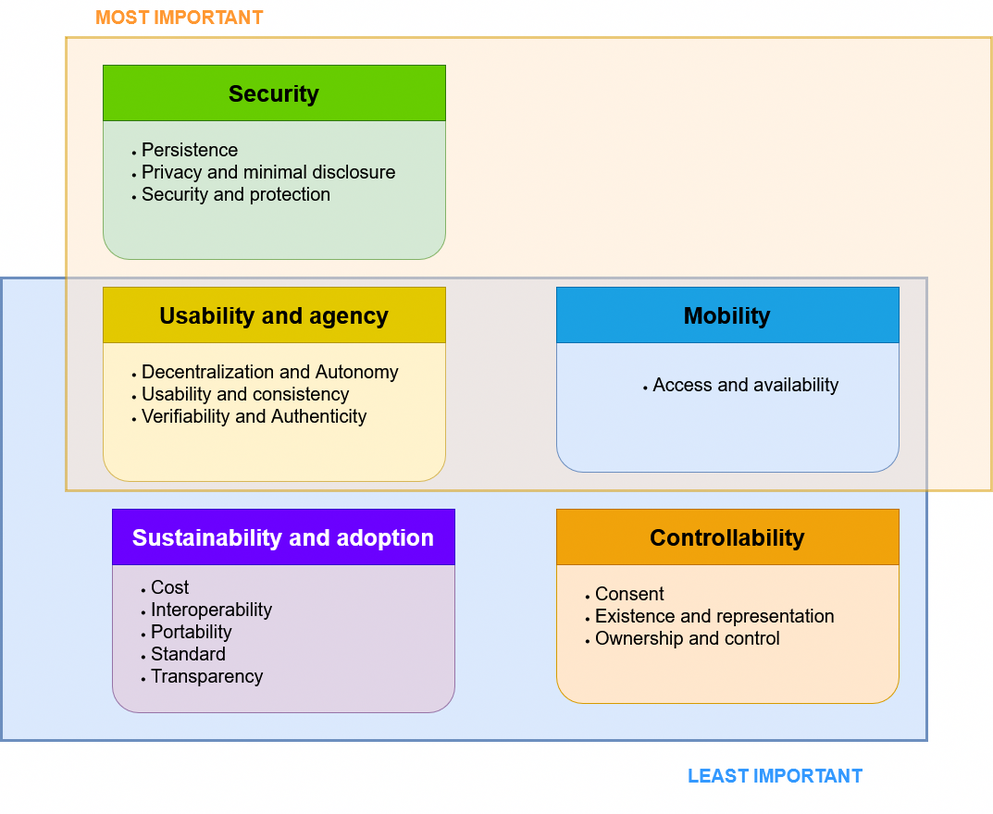
This is definition/images/importance_group/ImportantGroups.png from cristianlepore/Self-Sovereign-Identity, a draw.io export, as it was before one commit. Source tidied: cells renumbered, new cells last; positions are measured from the earlier drawing's top-left corner, leaving out a move shared by most shapes.
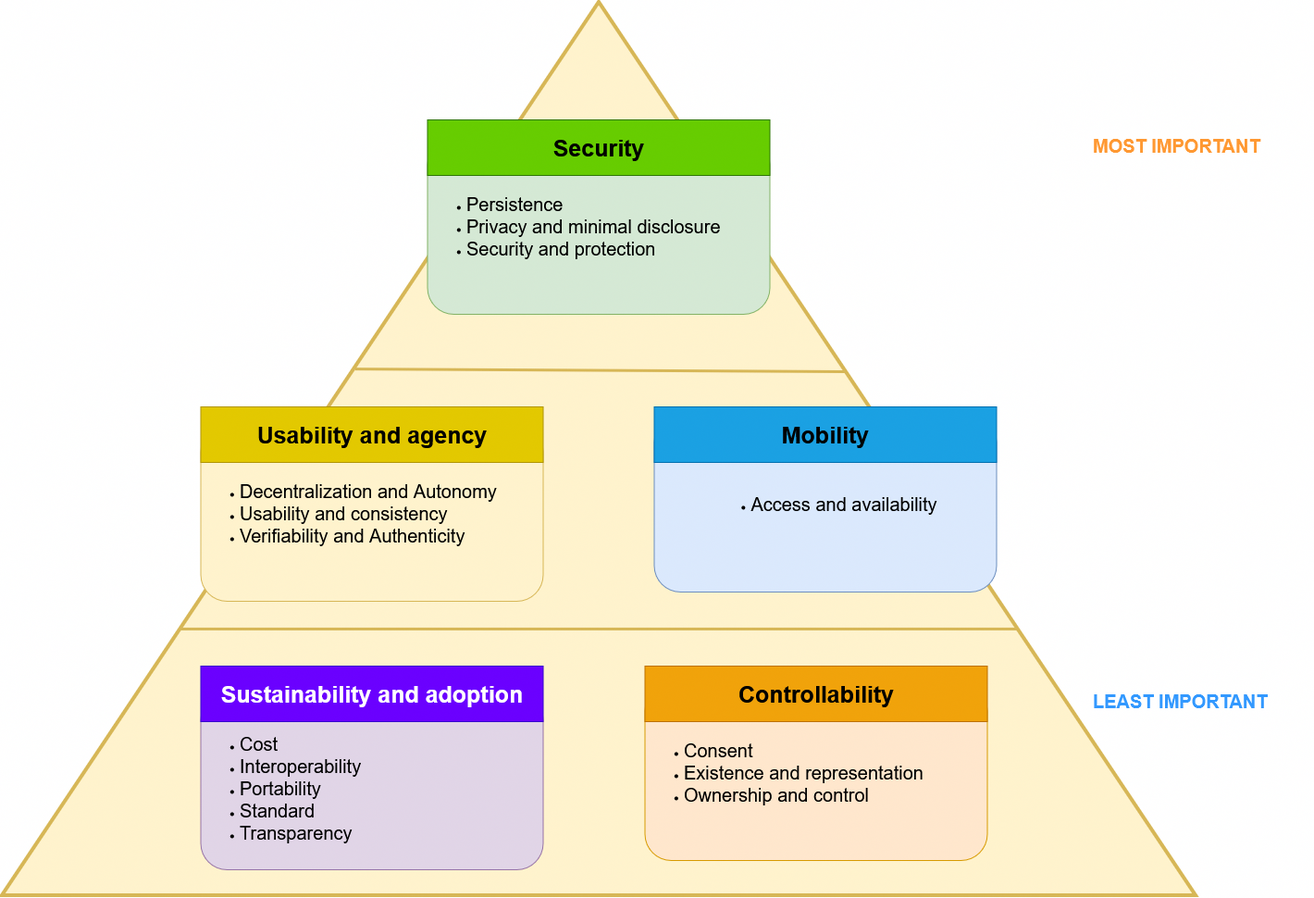
The same file after the commit.

Change to the diagram source:
```diff
@@ -2,47 +2,50 @@
   <root>
     <mxCell id="0" />
     <mxCell id="1" parent="0" />
-    <mxCell id="2" style="rounded=1;whiteSpace=wrap;html=1;arcSize=0;fillColor=#dae8fc;strokeColor=#6c8ebf;strokeWidth=3;" parent="1" vertex="1">
-      <mxGeometry y="300" width="1000" height="500" as="geometry" />
-    </mxCell>
-    <mxCell id="3" style="rounded=1;whiteSpace=wrap;html=1;arcSize=0;fillColor=#ffe6cc;strokeColor=#d79b00;opacity=50;strokeWidth=3;" parent="1" vertex="1">
-      <mxGeometry x="70" y="40" width="1000" height="490" as="geometry" />
-    </mxCell>
+    <mxCell id="16" style="triangle;whiteSpace=wrap;html=1;rotation=-90;fillColor=#fff2cc;strokeColor=#d6b656;strokeWidth=4;" parent="1" vertex="1">
+      <mxGeometry x="-1125" y="-160" width="965" height="1290" as="geometry" />
+    </mxCell>
     <mxCell id="4" value="&lt;div style=&quot;line-height: 200%;&quot; align=&quot;right&quot;&gt;&lt;span style=&quot;color: rgb(255, 153, 51);&quot;&gt;&lt;b&gt;&lt;font style=&quot;font-size: 20px;&quot;&gt;MOST IMPORTANT&lt;/font&gt;&lt;/b&gt;&lt;/span&gt;&lt;br&gt;&lt;/div&gt;" style="text;whiteSpace=wrap;html=1;" parent="1" vertex="1">
-      <mxGeometry x="100" width="240" height="60" as="geometry" />
+      <mxGeometry x="-110" y="140" width="240" height="60" as="geometry" />
     </mxCell>
     <mxCell id="5" value="&lt;div style=&quot;line-height: 200%;&quot; align=&quot;right&quot;&gt;&lt;b&gt;&lt;font style=&quot;font-size: 20px; color: rgb(51, 153, 255);&quot;&gt;LEAST IMPORTANT&lt;/font&gt;&lt;span style=&quot;color: rgba(0, 0, 0, 0);&quot;&gt;&lt;br&gt;&lt;/span&gt;&lt;/b&gt;&lt;/div&gt;" style="text;whiteSpace=wrap;html=1;" parent="1" vertex="1">
-      <mxGeometry x="740" y="820" width="240" height="60" as="geometry" />
+      <mxGeometry x="-110" y="740" width="240" height="60" as="geometry" />
     </mxCell>
-    <mxCell id="6" value="&lt;div align=&quot;left&quot;&gt;&lt;ul&gt;&lt;li&gt;&lt;font style=&quot;font-size: 20px;&quot;&gt;Persistence&lt;/font&gt;&lt;/li&gt;&lt;li&gt;&lt;font style=&quot;font-size: 20px;&quot;&gt;Privacy and minimal disclosure&lt;/font&gt;&lt;/li&gt;&lt;li&gt;&lt;font style=&quot;font-size: 20px;&quot;&gt;Security and protection&lt;/font&gt;&lt;/li&gt;&lt;/ul&gt;&lt;/div&gt;" style="rounded=1;whiteSpace=wrap;html=1;align=left;fillColor=#d5e8d4;strokeColor=#82b366;" parent="1" vertex="1">
-      <mxGeometry x="110" y="90" width="370" height="190" as="geometry" />
-    </mxCell>
-    <mxCell id="7" value="&lt;span style=&quot;color: rgb(0, 0, 0);&quot;&gt;&lt;b&gt;&lt;font style=&quot;font-size: 25px;&quot;&gt;Security&lt;font&gt;&lt;br&gt;&lt;/font&gt;&lt;/font&gt;&lt;/b&gt;&lt;/span&gt;" style="rounded=0;whiteSpace=wrap;html=1;fillColor=#66CC00;strokeColor=#2D7600;fontColor=#ffffff;" parent="1" vertex="1">
-      <mxGeometry x="110" y="70" width="370" height="60" as="geometry" />
-    </mxCell>
+    <mxCell id="12" value="&lt;div align=&quot;left&quot;&gt;&lt;br&gt;&lt;ul&gt;&lt;li&gt;&lt;font style=&quot;font-size: 20px;&quot;&gt;Cost&lt;/font&gt;&lt;/li&gt;&lt;li&gt;&lt;font style=&quot;font-size: 20px;&quot;&gt;Interoperability&lt;/font&gt;&lt;/li&gt;&lt;li&gt;&lt;font style=&quot;font-size: 20px;&quot;&gt;Portability&lt;/font&gt;&lt;/li&gt;&lt;li&gt;&lt;font style=&quot;font-size: 20px;&quot;&gt;Standard&lt;/font&gt;&lt;/li&gt;&lt;li&gt;&lt;font style=&quot;font-size: 20px;&quot;&gt;Transparency&lt;/font&gt;&lt;/li&gt;&lt;/ul&gt;&lt;/div&gt;" style="rounded=1;whiteSpace=wrap;html=1;align=left;fillColor=#e1d5e7;strokeColor=#9673a6;" parent="1" vertex="1">
+      <mxGeometry x="-1072.5" y="750" width="370" height="190" as="geometry" />
+    </mxCell>
+    <mxCell id="13" value="&lt;b&gt;&lt;font style=&quot;font-size: 25px;&quot;&gt;Sustainability and adoption&lt;br&gt;&lt;/font&gt;&lt;/b&gt;" style="rounded=0;whiteSpace=wrap;html=1;fillColor=#6a00ff;fontColor=#ffffff;strokeColor=#3700CC;" parent="1" vertex="1">
+      <mxGeometry x="-1072.5" y="720" width="370" height="60" as="geometry" />
+    </mxCell>
+    <mxCell id="14" value="&lt;div align=&quot;left&quot;&gt;&lt;ul&gt;&lt;li&gt;&lt;font style=&quot;font-size: 20px;&quot;&gt;Consent&lt;/font&gt;&lt;/li&gt;&lt;li&gt;&lt;font style=&quot;font-size: 20px;&quot;&gt;Existence and representation&lt;/font&gt;&lt;/li&gt;&lt;li&gt;&lt;font style=&quot;font-size: 20px;&quot;&gt;Ownership and control&lt;/font&gt;&lt;/li&gt;&lt;/ul&gt;&lt;/div&gt;" style="rounded=1;whiteSpace=wrap;html=1;align=left;fillColor=#ffe6cc;strokeColor=#d79b00;" parent="1" vertex="1">
+      <mxGeometry x="-592.5" y="740" width="370" height="190" as="geometry" />
+    </mxCell>
+    <mxCell id="15" value="&lt;b&gt;&lt;font style=&quot;font-size: 25px;&quot;&gt;Controllability&lt;/font&gt;&lt;/b&gt;" style="rounded=0;whiteSpace=wrap;html=1;fillColor=#f0a30a;fontColor=#000000;strokeColor=#BD7000;" parent="1" vertex="1">
+      <mxGeometry x="-592.5" y="720" width="370" height="60" as="geometry" />
+    </mxCell>
     <mxCell id="8" value="&lt;div align=&quot;left&quot;&gt;&lt;ul&gt;&lt;li&gt;&lt;font style=&quot;font-size: 20px;&quot;&gt;Decentralization and Autonomy&lt;/font&gt;&lt;/li&gt;&lt;li&gt;&lt;font style=&quot;font-size: 20px;&quot;&gt;Usability and consistency&lt;/font&gt;&lt;/li&gt;&lt;li&gt;&lt;font style=&quot;font-size: 20px;&quot;&gt;Verifiability and Authenticity&lt;/font&gt;&lt;/li&gt;&lt;/ul&gt;&lt;/div&gt;" style="rounded=1;whiteSpace=wrap;html=1;align=left;fillColor=#fff2cc;strokeColor=#d6b656;" parent="1" vertex="1">
-      <mxGeometry x="110" y="330" width="370" height="190" as="geometry" />
+      <mxGeometry x="-1072.5" y="460" width="370" height="190" as="geometry" />
     </mxCell>
     <mxCell id="9" value="&lt;div&gt;&lt;b&gt;&lt;font style=&quot;font-size: 25px;&quot;&gt;Usability and agency&lt;/font&gt;&lt;/b&gt;&lt;/div&gt;" style="rounded=0;whiteSpace=wrap;html=1;fillColor=#e3c800;fontColor=#000000;strokeColor=#B09500;" parent="1" vertex="1">
-      <mxGeometry x="110" y="310" width="370" height="60" as="geometry" />
+      <mxGeometry x="-1072.5" y="440" width="370" height="60" as="geometry" />
     </mxCell>
     <mxCell id="10" value="&lt;div&gt;&lt;ul&gt;&lt;li&gt;&lt;font style=&quot;font-size: 20px;&quot;&gt;Access and availability&lt;/font&gt;&lt;/li&gt;&lt;/ul&gt;&lt;/div&gt;" style="rounded=1;whiteSpace=wrap;html=1;fillColor=#dae8fc;strokeColor=#6c8ebf;" parent="1" vertex="1">
-      <mxGeometry x="600" y="320" width="370" height="190" as="geometry" />
+      <mxGeometry x="-582.5" y="450" width="370" height="190" as="geometry" />
     </mxCell>
     <mxCell id="11" value="&lt;b&gt;&lt;font style=&quot;font-size: 25px; color: rgb(0, 0, 0);&quot;&gt;Mobility&lt;font&gt;&lt;br&gt;&lt;/font&gt;&lt;/font&gt;&lt;/b&gt;" style="rounded=0;whiteSpace=wrap;html=1;fillColor=#1ba1e2;fontColor=#ffffff;strokeColor=#006EAF;" parent="1" vertex="1">
-      <mxGeometry x="600" y="310" width="370" height="60" as="geometry" />
+      <mxGeometry x="-582.5" y="440" width="370" height="60" as="geometry" />
     </mxCell>
-    <mxCell id="12" value="&lt;div align=&quot;left&quot;&gt;&lt;br&gt;&lt;ul&gt;&lt;li&gt;&lt;font style=&quot;font-size: 20px;&quot;&gt;Cost&lt;/font&gt;&lt;/li&gt;&lt;li&gt;&lt;font style=&quot;font-size: 20px;&quot;&gt;Interoperability&lt;/font&gt;&lt;/li&gt;&lt;li&gt;&lt;font style=&quot;font-size: 20px;&quot;&gt;Portability&lt;/font&gt;&lt;/li&gt;&lt;li&gt;&lt;font style=&quot;font-size: 20px;&quot;&gt;Standard&lt;/font&gt;&lt;/li&gt;&lt;li&gt;&lt;font style=&quot;font-size: 20px;&quot;&gt;Transparency&lt;/font&gt;&lt;/li&gt;&lt;/ul&gt;&lt;/div&gt;" style="rounded=1;whiteSpace=wrap;html=1;align=left;fillColor=#e1d5e7;strokeColor=#9673a6;" parent="1" vertex="1">
-      <mxGeometry x="120" y="580" width="370" height="190" as="geometry" />
-    </mxCell>
-    <mxCell id="13" value="&lt;b&gt;&lt;font style=&quot;font-size: 25px;&quot;&gt;Sustainability and adoption&lt;br&gt;&lt;/font&gt;&lt;/b&gt;" style="rounded=0;whiteSpace=wrap;html=1;fillColor=#6a00ff;fontColor=#ffffff;strokeColor=#3700CC;" parent="1" vertex="1">
-      <mxGeometry x="120" y="550" width="370" height="60" as="geometry" />
-    </mxCell>
-    <mxCell id="14" value="&lt;div align=&quot;left&quot;&gt;&lt;ul&gt;&lt;li&gt;&lt;font style=&quot;font-size: 20px;&quot;&gt;Consent&lt;/font&gt;&lt;/li&gt;&lt;li&gt;&lt;font style=&quot;font-size: 20px;&quot;&gt;Existence and representation&lt;/font&gt;&lt;/li&gt;&lt;li&gt;&lt;font style=&quot;font-size: 20px;&quot;&gt;Ownership and control&lt;/font&gt;&lt;/li&gt;&lt;/ul&gt;&lt;/div&gt;" style="rounded=1;whiteSpace=wrap;html=1;align=left;fillColor=#ffe6cc;strokeColor=#d79b00;" parent="1" vertex="1">
-      <mxGeometry x="600" y="570" width="370" height="190" as="geometry" />
-    </mxCell>
-    <mxCell id="15" value="&lt;b&gt;&lt;font style=&quot;font-size: 25px;&quot;&gt;Controllability&lt;/font&gt;&lt;/b&gt;" style="rounded=0;whiteSpace=wrap;html=1;fillColor=#f0a30a;fontColor=#000000;strokeColor=#BD7000;" parent="1" vertex="1">
-      <mxGeometry x="600" y="550" width="370" height="60" as="geometry" />
-    </mxCell>
+    <mxCell id="6" value="&lt;div align=&quot;left&quot;&gt;&lt;ul&gt;&lt;li&gt;&lt;font style=&quot;font-size: 20px;&quot;&gt;Persistence&lt;/font&gt;&lt;/li&gt;&lt;li&gt;&lt;font style=&quot;font-size: 20px;&quot;&gt;Privacy and minimal disclosure&lt;/font&gt;&lt;/li&gt;&lt;li&gt;&lt;font style=&quot;font-size: 20px;&quot;&gt;Security and protection&lt;/font&gt;&lt;/li&gt;&lt;/ul&gt;&lt;/div&gt;" style="rounded=1;whiteSpace=wrap;html=1;align=left;fillColor=#d5e8d4;strokeColor=#82b366;" parent="1" vertex="1">
+      <mxGeometry x="-827.5" y="150" width="370" height="190" as="geometry" />
+    </mxCell>
+    <mxCell id="7" value="&lt;span style=&quot;color: rgb(0, 0, 0);&quot;&gt;&lt;b&gt;&lt;font style=&quot;font-size: 25px;&quot;&gt;Security&lt;font&gt;&lt;br&gt;&lt;/font&gt;&lt;/font&gt;&lt;/b&gt;&lt;/span&gt;" style="rounded=0;whiteSpace=wrap;html=1;fillColor=#66CC00;strokeColor=#2D7600;fontColor=#ffffff;" parent="1" vertex="1">
+      <mxGeometry x="-827.5" y="130" width="370" height="60" as="geometry" />
+    </mxCell>
+    <mxCell id="17" style="endArrow=none;html=1;rounded=0;entryX=0.586;entryY=0.707;entryDx=0;entryDy=0;entryPerimeter=0;exitX=0.589;exitY=0.296;exitDx=0;exitDy=0;exitPerimeter=0;fillColor=#fff2cc;strokeColor=#d6b656;strokeWidth=3;" parent="1" edge="1" source="16" target="16">
+      <mxGeometry relative="1" as="geometry" />
+    </mxCell>
+    <mxCell id="18" style="endArrow=none;html=1;rounded=0;entryX=0.298;entryY=0.851;entryDx=0;entryDy=0;entryPerimeter=0;exitX=0.298;exitY=0.15;exitDx=0;exitDy=0;exitPerimeter=0;fillColor=#fff2cc;strokeColor=#d6b656;strokeWidth=3;" parent="1" edge="1" source="16" target="16">
+      <mxGeometry relative="1" as="geometry" />
+    </mxCell>
   </root>
 </mxGraphModel>
```
